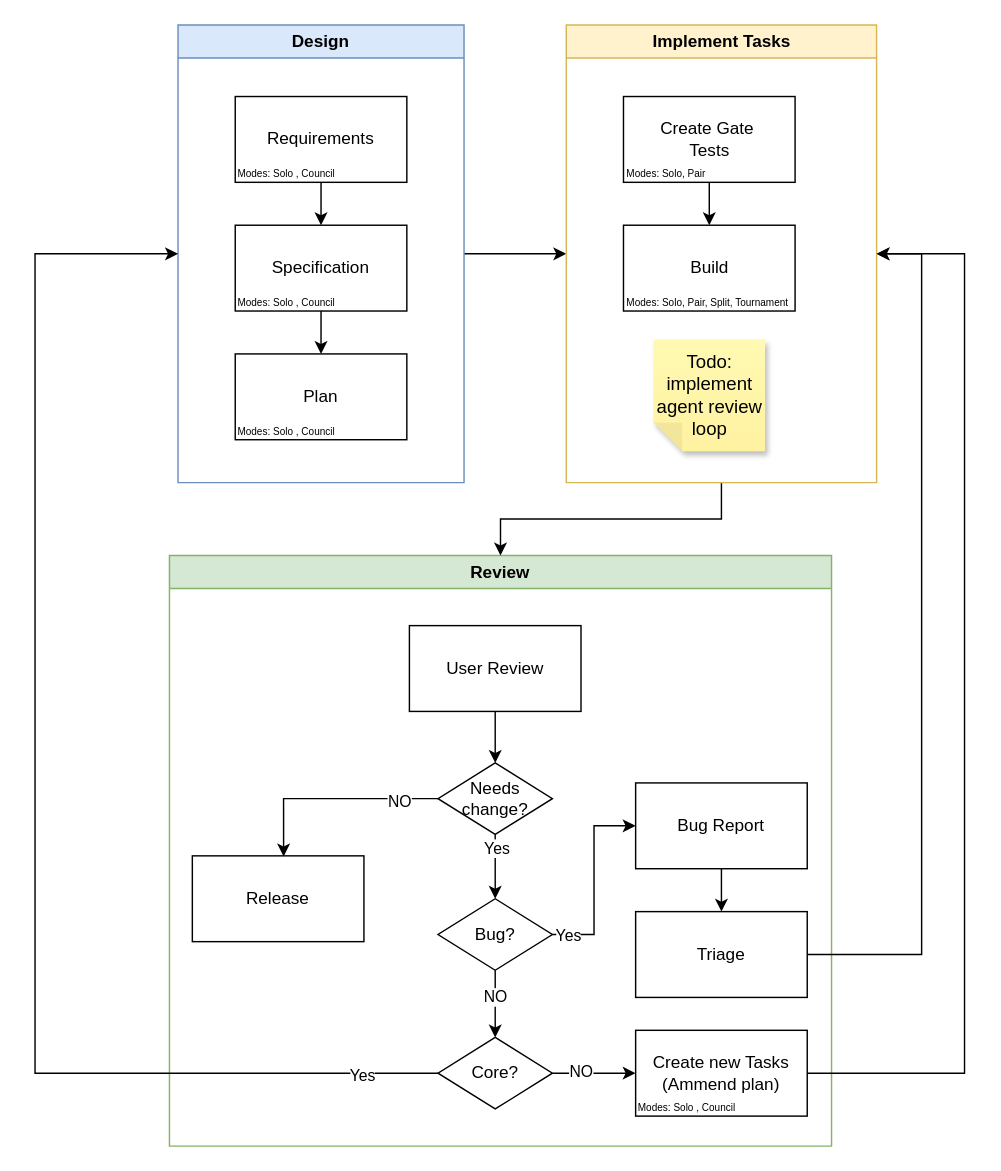
Before: Development_Flow.drawio in jrullan/ducklab, a draw.io diagram. Source tidied: cells renumbered, new cells numbered last; positions are measured from the earlier drawing's top-left corner, leaving out a move shared by most shapes. Both pictures are drawn from the tidied source at 143%, with x=0, y=0 at pixel (34, 24).
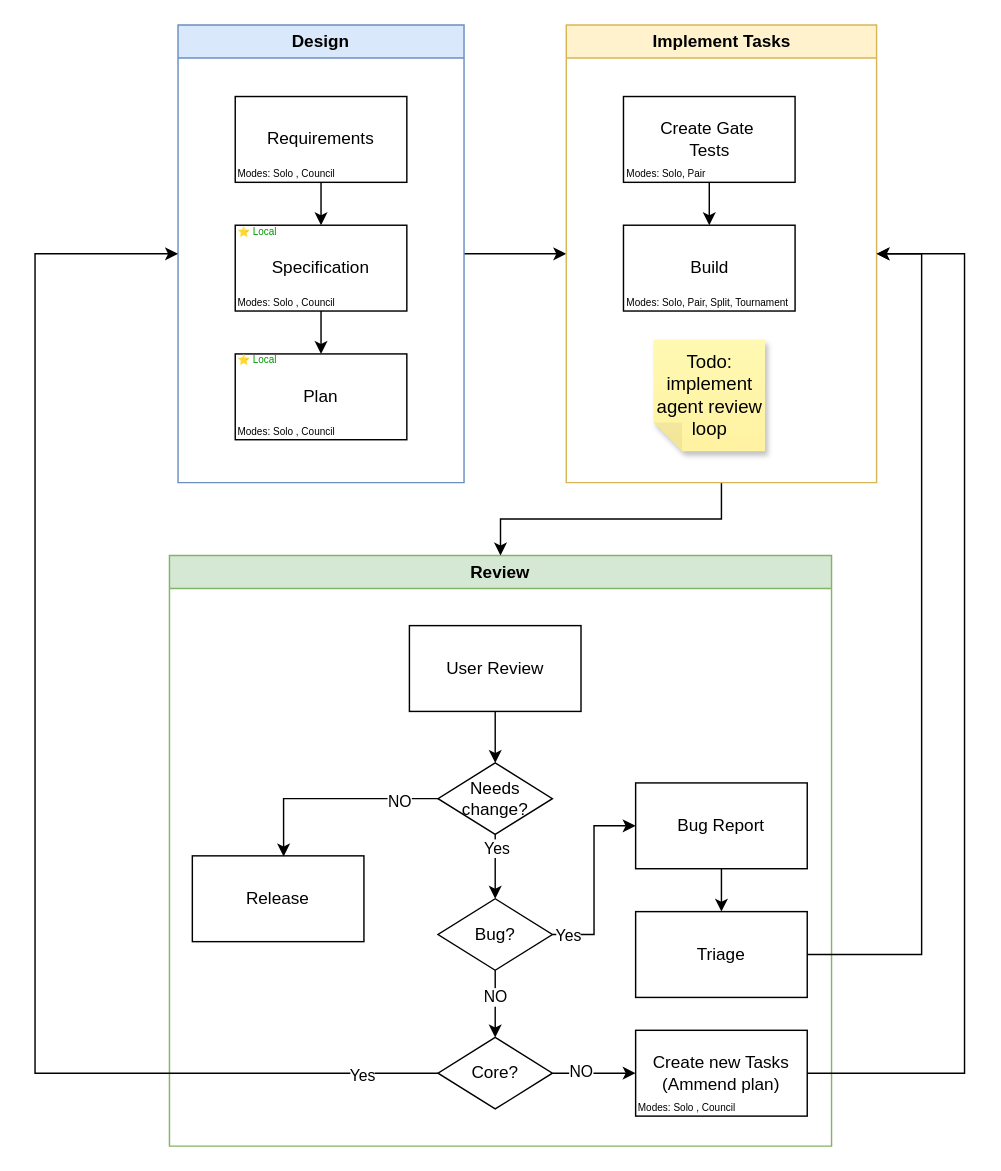
Above is the later version.

Unchanged cells that the change refers to:
```xml
<mxCell id="3" value="Design" style="swimlane;whiteSpace=wrap;html=1;fillColor=#dae8fc;strokeColor=#6c8ebf;" parent="1" vertex="1">
  <mxGeometry x="100" width="200" height="320" as="geometry" />
</mxCell>
```

What changed in the source:
```diff
@@
+    <mxCell id="46" value="⭐ &lt;span style=&quot;color: rgb(0, 153, 0);&quot;&gt;Local&lt;/span&gt;" style="text;html=1;whiteSpace=wrap;strokeColor=none;fillColor=none;align=left;verticalAlign=middle;rounded=0;fontSize=7;" parent="3" vertex="1">
+      <mxGeometry x="40" y="140" width="40" height="10" as="geometry" />
+    </mxCell>
+    <mxCell id="47" value="⭐ &lt;span style=&quot;color: rgb(0, 153, 0);&quot;&gt;Local&lt;/span&gt;" style="text;html=1;whiteSpace=wrap;strokeColor=none;fillColor=none;align=left;verticalAlign=middle;rounded=0;fontSize=7;" parent="3" vertex="1">
+      <mxGeometry x="40" y="230" width="40" height="10" as="geometry" />
+    </mxCell>
```
